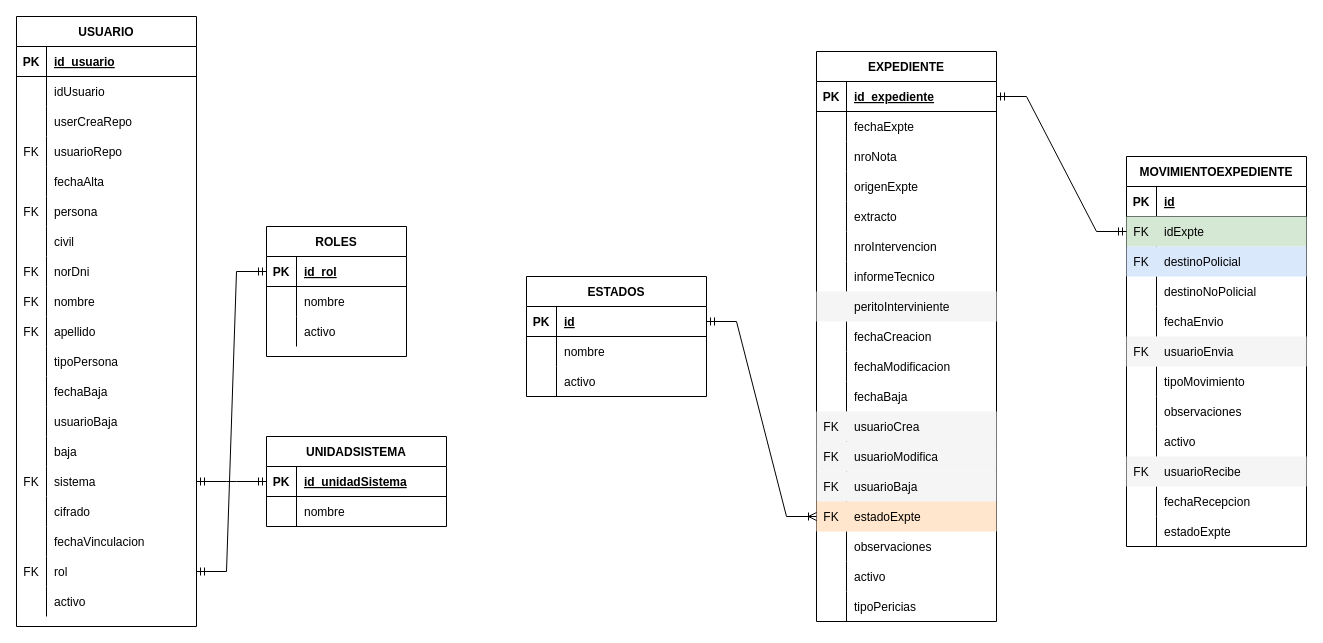
The draw.io diagram WebApiCriminalistica/ScriptSql/criminalistica.drawio in ariellezcano/WebApiCriminalistica, before the edit. Source tidied: cells renumbered, new cells numbered last; positions are measured from the earlier drawing's top-left corner, leaving out a move shared by most shapes. Both pictures are drawn from the tidied source at 100%, with x=0, y=0 at pixel (16, 16).
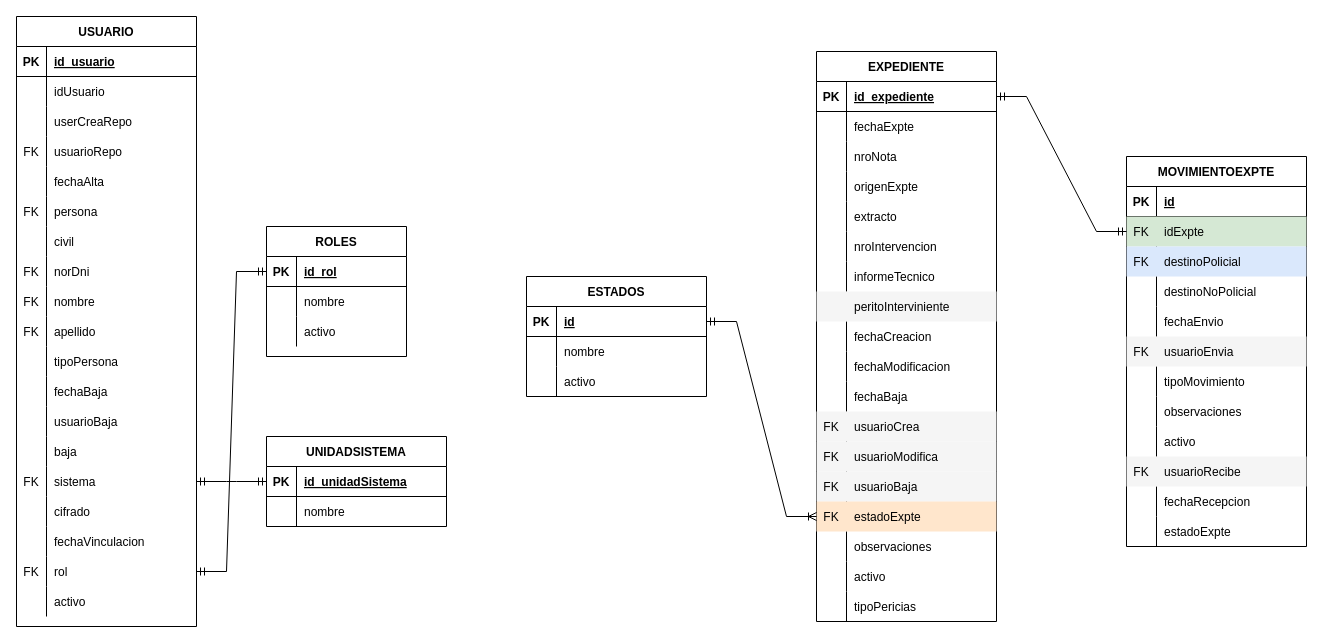
After the change.

What changed in the source:
```diff
@@
-    <mxCell id="134" value="MOVIMIENTOEXPEDIENTE" style="shape=table;startSize=30;childLayout=tableLayout;rowLines=0;fontStyle=1;align=center;" parent="1" vertex="1">
+    <mxCell id="134" value="MOVIMIENTOEXPTE" style="shape=table;startSize=30;childLayout=tableLayout;rowLines=0;fontStyle=1;align=center;" parent="1" vertex="1">
       <mxGeometry x="1110" y="140" width="180" height="390" as="geometry" />
     </mxCell>
```
